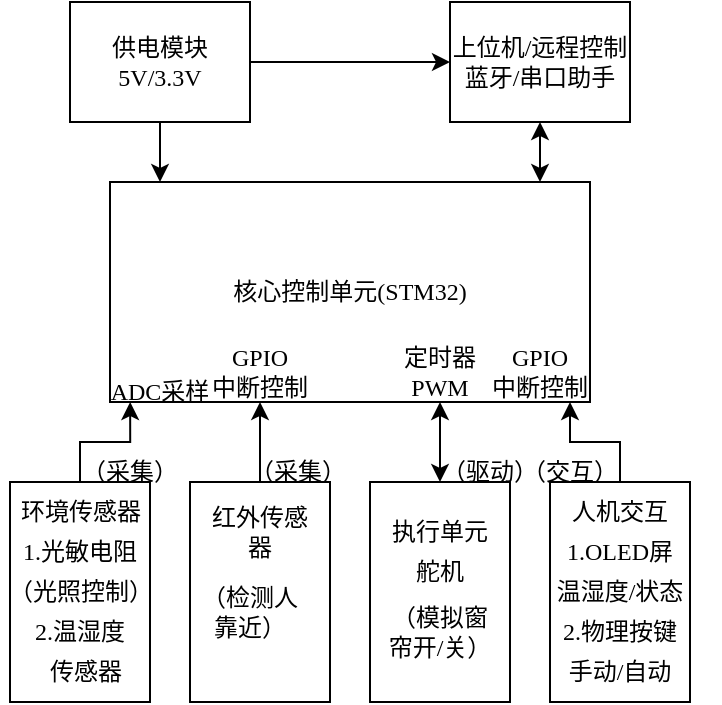
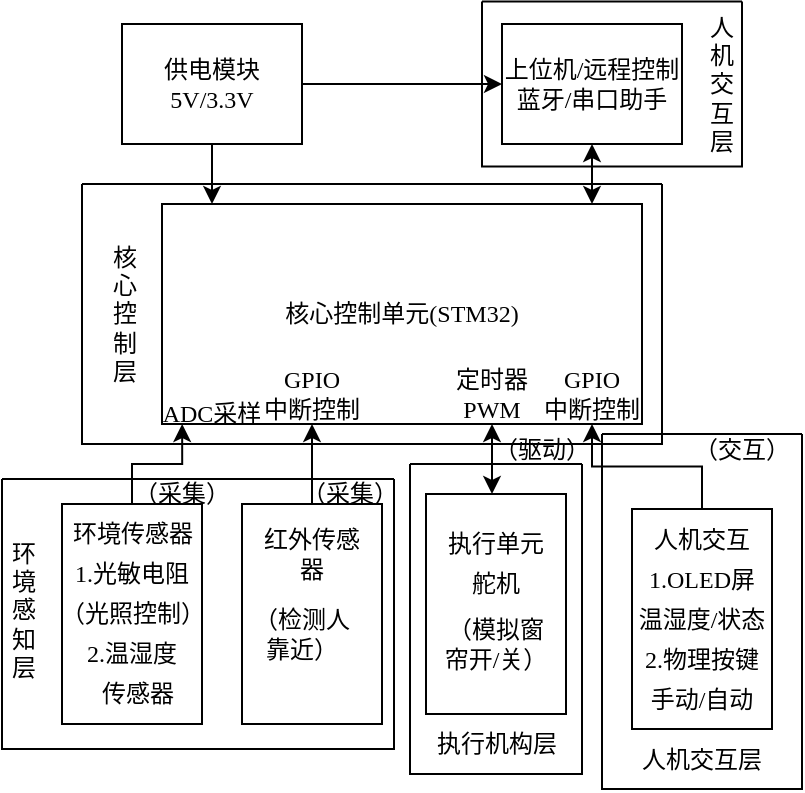
<mxfile host="app.diagrams.net">
  <diagram name="第 1 页" id="punqzOk7Rb6HKLbjtJMB">
-     <mxGraphModel dx="686" dy="375" grid="1" gridSize="10" guides="1" tooltips="1" connect="1" arrows="1" fold="1" page="1" pageScale="1" pageWidth="827" pageHeight="1169" math="0" shadow="0">
+     <mxGraphModel dx="828" dy="453" grid="1" gridSize="10" guides="1" tooltips="1" connect="1" arrows="1" fold="1" page="1" pageScale="1" pageWidth="827" pageHeight="1169" math="0" shadow="0">
      <root>
        <mxCell id="0" />
        <mxCell id="1" parent="0" />
        <mxCell id="ncy9JLE9IN49m0afxCaN-1" parent="1" style="rounded=0;whiteSpace=wrap;html=1;" value="&lt;font face=&quot;宋体&quot;&gt;核心控制单元(STM32)&lt;/font&gt;" vertex="1">
          <mxGeometry height="110" width="240" x="290" y="210" as="geometry" />
        </mxCell>
        <mxCell id="ncy9JLE9IN49m0afxCaN-2" parent="1" style="rounded=0;whiteSpace=wrap;html=1;" value="" vertex="1">
          <mxGeometry height="110" width="70" x="240" y="360" as="geometry" />
        </mxCell>
        <mxCell id="ncy9JLE9IN49m0afxCaN-13" edge="1" parent="1" source="ncy9JLE9IN49m0afxCaN-3" style="edgeStyle=orthogonalEdgeStyle;rounded=0;orthogonalLoop=1;jettySize=auto;html=1;" target="ncy9JLE9IN49m0afxCaN-1" value="">
          <mxGeometry relative="1" as="geometry">
            <Array as="points">
              <mxPoint x="365" y="330" />
              <mxPoint x="365" y="330" />
            </Array>
          </mxGeometry>
        </mxCell>
        <mxCell id="ncy9JLE9IN49m0afxCaN-3" parent="1" style="rounded=0;whiteSpace=wrap;html=1;" value="" vertex="1">
          <mxGeometry height="110" width="70" x="330" y="360" as="geometry" />
        </mxCell>
        <mxCell id="ncy9JLE9IN49m0afxCaN-12" edge="1" parent="1" source="ncy9JLE9IN49m0afxCaN-4" style="edgeStyle=orthogonalEdgeStyle;rounded=0;orthogonalLoop=1;jettySize=auto;html=1;startArrow=classic;startFill=1;" target="ncy9JLE9IN49m0afxCaN-1" value="">
          <mxGeometry relative="1" as="geometry">
            <Array as="points">
              <mxPoint x="455" y="330" />
              <mxPoint x="455" y="330" />
            </Array>
          </mxGeometry>
-         </mxCell>
-         <mxCell id="ncy9JLE9IN49m0afxCaN-4" parent="1" style="rounded=0;whiteSpace=wrap;html=1;" value="" vertex="1">
-           <mxGeometry height="110" width="70" x="420" y="360" as="geometry" />
-         </mxCell>
-         <mxCell id="ncy9JLE9IN49m0afxCaN-11" edge="1" parent="1" source="ncy9JLE9IN49m0afxCaN-5" style="edgeStyle=orthogonalEdgeStyle;rounded=0;orthogonalLoop=1;jettySize=auto;html=1;" target="ncy9JLE9IN49m0afxCaN-1" value="">
-           <mxGeometry relative="1" as="geometry">
-             <Array as="points">
-               <mxPoint x="545" y="340" />
-               <mxPoint x="520" y="340" />
-             </Array>
-           </mxGeometry>
-         </mxCell>
-         <mxCell id="ncy9JLE9IN49m0afxCaN-5" parent="1" style="rounded=0;whiteSpace=wrap;html=1;" value="" vertex="1">
-           <mxGeometry height="110" width="70" x="510" y="360" as="geometry" />
        </mxCell>
        <mxCell id="ncy9JLE9IN49m0afxCaN-6" edge="1" parent="1" source="ncy9JLE9IN49m0afxCaN-2" style="edgeStyle=orthogonalEdgeStyle;rounded=0;orthogonalLoop=1;jettySize=auto;html=1;exitX=0.5;exitY=0;exitDx=0;exitDy=0;entryX=0.042;entryY=1;entryDx=0;entryDy=0;entryPerimeter=0;" target="ncy9JLE9IN49m0afxCaN-1">
          <mxGeometry relative="1" as="geometry" />
        </mxCell>
        <mxCell id="ncy9JLE9IN49m0afxCaN-17" edge="1" parent="1" source="ncy9JLE9IN49m0afxCaN-14" style="edgeStyle=orthogonalEdgeStyle;rounded=0;orthogonalLoop=1;jettySize=auto;html=1;" target="ncy9JLE9IN49m0afxCaN-1" value="">
          <mxGeometry relative="1" as="geometry">
            <Array as="points">
              <mxPoint x="315" y="200" />
              <mxPoint x="315" y="200" />
            </Array>
          </mxGeometry>
        </mxCell>
        <mxCell id="ncy9JLE9IN49m0afxCaN-18" edge="1" parent="1" source="ncy9JLE9IN49m0afxCaN-14" style="edgeStyle=orthogonalEdgeStyle;rounded=0;orthogonalLoop=1;jettySize=auto;html=1;" target="ncy9JLE9IN49m0afxCaN-15" value="">
          <mxGeometry relative="1" as="geometry" />
        </mxCell>
        <mxCell id="ncy9JLE9IN49m0afxCaN-14" parent="1" style="rounded=0;whiteSpace=wrap;html=1;" value="&lt;font face=&quot;宋体&quot;&gt;供电模块5V/3.3V&lt;/font&gt;" vertex="1">
          <mxGeometry height="60" width="90" x="270" y="120" as="geometry" />
        </mxCell>
        <mxCell id="ncy9JLE9IN49m0afxCaN-16" edge="1" parent="1" source="ncy9JLE9IN49m0afxCaN-15" style="edgeStyle=orthogonalEdgeStyle;rounded=0;orthogonalLoop=1;jettySize=auto;html=1;startArrow=classic;startFill=1;" target="ncy9JLE9IN49m0afxCaN-1" value="">
          <mxGeometry relative="1" as="geometry">
            <Array as="points">
              <mxPoint x="505" y="200" />
              <mxPoint x="505" y="200" />
            </Array>
          </mxGeometry>
        </mxCell>
        <mxCell id="ncy9JLE9IN49m0afxCaN-15" parent="1" style="rounded=0;whiteSpace=wrap;html=1;" value="&lt;font face=&quot;宋体&quot;&gt;上位机/远程控制&lt;/font&gt;&lt;div&gt;&lt;font face=&quot;宋体&quot;&gt;蓝牙/串口助手&lt;/font&gt;&lt;/div&gt;" vertex="1">
          <mxGeometry height="60" width="90" x="460" y="120" as="geometry" />
        </mxCell>
        <mxCell id="ncy9JLE9IN49m0afxCaN-19" parent="1" style="text;html=1;whiteSpace=wrap;strokeColor=none;fillColor=none;align=center;verticalAlign=middle;rounded=0;" value="&lt;font face=&quot;宋体&quot;&gt;环境传感器&lt;/font&gt;" vertex="1">
          <mxGeometry height="30" width="65" x="242.5" y="360" as="geometry" />
        </mxCell>
        <mxCell id="ncy9JLE9IN49m0afxCaN-20" parent="1" style="text;html=1;whiteSpace=wrap;strokeColor=none;fillColor=none;align=center;verticalAlign=middle;rounded=0;" value="&lt;font face=&quot;宋体&quot;&gt;（采集）&lt;span style=&quot;color: rgba(0, 0, 0, 0); font-size: 0px; text-align: start; text-wrap-mode: nowrap;&quot;&gt;%3CmxGraphModel%3E%3Croot%3E%3CmxCell%20id%3D%220%22%2F%3E%3CmxCell%20id%3D%221%22%20parent%3D%220%22%2F%3E%3CmxCell%20id%3D%222%22%20parent%3D%221%22%20style%3D%22rounded%3D0%3BwhiteSpace%3Dwrap%3Bhtml%3D1%3B%22%20value%3D%22%22%20vertex%3D%221%22%3E%3CmxGeometry%20height%3D%2260%22%20width%3D%2290%22%20x%3D%22250%22%20y%3D%22120%22%20as%3D%22geometry%22%2F%3E%3C%2FmxCell%3E%3C%2Froot%3E%3C%2FmxGraphModel%3E）&lt;/span&gt;&lt;/font&gt;" vertex="1">
          <mxGeometry height="30" width="60" x="270" y="340" as="geometry" />
        </mxCell>
        <mxCell id="ncy9JLE9IN49m0afxCaN-21" parent="1" style="text;html=1;whiteSpace=wrap;strokeColor=none;fillColor=none;align=center;verticalAlign=middle;rounded=0;" value="&lt;font face=&quot;宋体&quot;&gt;（采集）&lt;span style=&quot;color: rgba(0, 0, 0, 0); font-size: 0px; text-align: start; text-wrap-mode: nowrap;&quot;&gt;%3CmxGraphModel%3E%3Croot%3E%3CmxCell%20id%3D%220%22%2F%3E%3CmxCell%20id%3D%221%22%20parent%3D%220%22%2F%3E%3CmxCell%20id%3D%222%22%20parent%3D%221%22%20style%3D%22rounded%3D0%3BwhiteSpace%3Dwrap%3Bhtml%3D1%3B%22%20value%3D%22%22%20vertex%3D%221%22%3E%3CmxGeometry%20height%3D%2260%22%20width%3D%2290%22%20x%3D%22250%22%20y%3D%22120%22%20as%3D%22geometry%22%2F%3E%3C%2FmxCell%3E%3C%2Froot%3E%3C%2FmxGraphModel%3E&lt;/span&gt;&lt;/font&gt;" vertex="1">
          <mxGeometry height="30" width="60" x="354" y="340" as="geometry" />
        </mxCell>
        <mxCell id="ncy9JLE9IN49m0afxCaN-22" parent="1" style="text;html=1;whiteSpace=wrap;strokeColor=none;fillColor=none;align=center;verticalAlign=middle;rounded=0;" value="&lt;font face=&quot;宋体&quot;&gt;（驱动）&lt;/font&gt;" vertex="1">
-           <mxGeometry height="30" width="60" x="450" y="340" as="geometry" />
+           <mxGeometry height="30" width="60" x="450" y="317.5" as="geometry" />
        </mxCell>
        <mxCell id="ncy9JLE9IN49m0afxCaN-23" parent="1" style="text;html=1;whiteSpace=wrap;strokeColor=none;fillColor=none;align=center;verticalAlign=middle;rounded=0;" value="&lt;font face=&quot;宋体&quot;&gt;（交互）&lt;/font&gt;" vertex="1">
-           <mxGeometry height="30" width="60" x="490" y="340" as="geometry" />
+           <mxGeometry height="30" width="60" x="550" y="317.5" as="geometry" />
        </mxCell>
        <mxCell id="ncy9JLE9IN49m0afxCaN-24" parent="1" style="text;html=1;whiteSpace=wrap;strokeColor=none;fillColor=none;align=center;verticalAlign=middle;rounded=0;" value="&lt;font face=&quot;宋体&quot;&gt;1.光敏电阻&lt;/font&gt;" vertex="1">
          <mxGeometry height="30" width="70" x="240" y="380" as="geometry" />
        </mxCell>
        <mxCell id="ncy9JLE9IN49m0afxCaN-25" parent="1" style="text;html=1;whiteSpace=wrap;strokeColor=none;fillColor=none;align=center;verticalAlign=middle;rounded=0;" value="&lt;font face=&quot;宋体&quot;&gt;（光照控制）&lt;/font&gt;" vertex="1">
          <mxGeometry height="30" width="75" x="237.5" y="400" as="geometry" />
        </mxCell>
        <mxCell id="ncy9JLE9IN49m0afxCaN-26" parent="1" style="text;html=1;whiteSpace=wrap;strokeColor=none;fillColor=none;align=center;verticalAlign=middle;rounded=0;" value="&lt;font face=&quot;宋体&quot;&gt;2.温湿度&lt;/font&gt;" vertex="1">
          <mxGeometry height="30" width="80" x="235" y="420" as="geometry" />
        </mxCell>
        <mxCell id="ncy9JLE9IN49m0afxCaN-27" parent="1" style="text;html=1;whiteSpace=wrap;strokeColor=none;fillColor=none;align=center;verticalAlign=middle;rounded=0;" value="&lt;font face=&quot;宋体&quot;&gt;传感器&lt;/font&gt;" vertex="1">
          <mxGeometry height="30" width="60" x="247.5" y="440" as="geometry" />
        </mxCell>
        <mxCell id="ncy9JLE9IN49m0afxCaN-28" parent="1" style="text;html=1;whiteSpace=wrap;strokeColor=none;fillColor=none;align=center;verticalAlign=middle;rounded=0;" value="&lt;font face=&quot;宋体&quot;&gt;红外传感器&lt;/font&gt;" vertex="1">
          <mxGeometry height="30" width="60" x="335" y="370" as="geometry" />
        </mxCell>
        <mxCell id="ncy9JLE9IN49m0afxCaN-29" parent="1" style="text;html=1;whiteSpace=wrap;strokeColor=none;fillColor=none;align=center;verticalAlign=middle;rounded=0;" value="&lt;div style=&quot;&quot;&gt;&lt;span style=&quot;font-family: 宋体; background-color: transparent; color: light-dark(rgb(0, 0, 0), rgb(255, 255, 255));&quot;&gt;（检测人 靠近）&lt;/span&gt;&lt;/div&gt;" vertex="1">
          <mxGeometry height="30" width="60" x="330" y="410" as="geometry" />
        </mxCell>
-         <mxCell id="ncy9JLE9IN49m0afxCaN-31" parent="1" style="text;html=1;whiteSpace=wrap;strokeColor=none;fillColor=none;align=center;verticalAlign=middle;rounded=0;" value="&lt;font face=&quot;宋体&quot;&gt;执行单元&lt;/font&gt;" vertex="1">
-           <mxGeometry height="30" width="60" x="425" y="370" as="geometry" />
-         </mxCell>
-         <mxCell id="ncy9JLE9IN49m0afxCaN-32" parent="1" style="text;html=1;whiteSpace=wrap;strokeColor=none;fillColor=none;align=center;verticalAlign=middle;rounded=0;" value="&lt;font face=&quot;宋体&quot;&gt;舵机&lt;/font&gt;" vertex="1">
-           <mxGeometry height="30" width="60" x="425" y="390" as="geometry" />
-         </mxCell>
-         <mxCell id="ncy9JLE9IN49m0afxCaN-33" parent="1" style="text;html=1;whiteSpace=wrap;strokeColor=none;fillColor=none;align=center;verticalAlign=middle;rounded=0;" value="&lt;font face=&quot;宋体&quot;&gt;（模拟窗帘开/关）&lt;/font&gt;" vertex="1">
-           <mxGeometry height="30" width="60" x="425" y="420" as="geometry" />
-         </mxCell>
-         <mxCell id="ncy9JLE9IN49m0afxCaN-34" parent="1" style="text;html=1;whiteSpace=wrap;strokeColor=none;fillColor=none;align=center;verticalAlign=middle;rounded=0;" value="&lt;font face=&quot;宋体&quot;&gt;人机交互&lt;/font&gt;" vertex="1">
-           <mxGeometry height="30" width="60" x="515" y="360" as="geometry" />
-         </mxCell>
-         <mxCell id="ncy9JLE9IN49m0afxCaN-35" parent="1" style="text;html=1;whiteSpace=wrap;strokeColor=none;fillColor=none;align=center;verticalAlign=middle;rounded=0;" value="&lt;font face=&quot;宋体&quot;&gt;1.OLED屏&lt;/font&gt;" vertex="1">
-           <mxGeometry height="30" width="60" x="515" y="380" as="geometry" />
-         </mxCell>
-         <mxCell id="ncy9JLE9IN49m0afxCaN-36" parent="1" style="text;html=1;whiteSpace=wrap;strokeColor=none;fillColor=none;align=center;verticalAlign=middle;rounded=0;" value="&lt;font face=&quot;宋体&quot;&gt;温湿度/状态&lt;/font&gt;" vertex="1">
-           <mxGeometry height="30" width="100" x="495" y="400" as="geometry" />
-         </mxCell>
-         <mxCell id="ncy9JLE9IN49m0afxCaN-37" parent="1" style="text;html=1;whiteSpace=wrap;strokeColor=none;fillColor=none;align=center;verticalAlign=middle;rounded=0;" value="&lt;font face=&quot;宋体&quot;&gt;2.物理按键&lt;/font&gt;" vertex="1">
-           <mxGeometry height="30" width="70" x="510" y="420" as="geometry" />
-         </mxCell>
-         <mxCell id="ncy9JLE9IN49m0afxCaN-38" parent="1" style="text;html=1;whiteSpace=wrap;strokeColor=none;fillColor=none;align=center;verticalAlign=middle;rounded=0;" value="&lt;font face=&quot;宋体&quot;&gt;手动/自动&lt;/font&gt;" vertex="1">
-           <mxGeometry height="30" width="60" x="515" y="440" as="geometry" />
-         </mxCell>
        <mxCell id="xQ-BjZ7W26dJklhGHsyG-1" parent="1" style="text;html=1;whiteSpace=wrap;strokeColor=none;fillColor=none;align=center;verticalAlign=middle;rounded=0;" value="&lt;font face=&quot;宋体&quot;&gt;GPIO&lt;/font&gt;&lt;div&gt;&lt;font face=&quot;宋体&quot;&gt;中断控制&lt;/font&gt;&lt;/div&gt;" vertex="1">
          <mxGeometry height="30" width="60" x="335" y="290" as="geometry" />
        </mxCell>
        <mxCell id="xQ-BjZ7W26dJklhGHsyG-2" parent="1" style="text;html=1;whiteSpace=wrap;strokeColor=none;fillColor=none;align=center;verticalAlign=middle;rounded=0;" value="&lt;font face=&quot;宋体&quot;&gt;ADC采样&lt;/font&gt;" vertex="1">
          <mxGeometry height="30" width="60" x="285" y="300" as="geometry" />
        </mxCell>
        <mxCell id="xQ-BjZ7W26dJklhGHsyG-3" parent="1" style="text;html=1;whiteSpace=wrap;strokeColor=none;fillColor=none;align=center;verticalAlign=middle;rounded=0;" value="&lt;font face=&quot;宋体&quot;&gt;定时器PWM&lt;/font&gt;" vertex="1">
          <mxGeometry height="30" width="50" x="430" y="290" as="geometry" />
        </mxCell>
        <mxCell id="xQ-BjZ7W26dJklhGHsyG-4" parent="1" style="text;html=1;whiteSpace=wrap;strokeColor=none;fillColor=none;align=center;verticalAlign=middle;rounded=0;" value="&lt;font face=&quot;宋体&quot;&gt;GPIO&lt;/font&gt;&lt;div&gt;&lt;font face=&quot;宋体&quot;&gt;中断控制&lt;/font&gt;&lt;/div&gt;" vertex="1">
          <mxGeometry height="30" width="60" x="475" y="290" as="geometry" />
        </mxCell>
+         <mxCell id="5yKsvZOYlRlpanEW5suN-11" parent="1" style="swimlane;startSize=0;" value="" vertex="1">
+           <mxGeometry height="135" width="196" x="210" y="347.5" as="geometry">
+             <mxRectangle height="40" width="50" x="210" y="347.5" as="alternateBounds" />
+           </mxGeometry>
+         </mxCell>
+         <mxCell id="5yKsvZOYlRlpanEW5suN-12" parent="5yKsvZOYlRlpanEW5suN-11" style="text;html=1;whiteSpace=wrap;strokeColor=none;fillColor=none;align=center;verticalAlign=middle;rounded=0;" value="&lt;font face=&quot;宋体&quot;&gt;环境感知层&lt;/font&gt;" vertex="1">
+           <mxGeometry height="30" width="10" x="6" y="50" as="geometry" />
+         </mxCell>
+         <mxCell id="5yKsvZOYlRlpanEW5suN-13" parent="1" style="swimlane;startSize=0;" value="" vertex="1">
+           <mxGeometry height="155" width="86" x="414" y="340" as="geometry" />
+         </mxCell>
+         <mxCell id="ncy9JLE9IN49m0afxCaN-4" parent="5yKsvZOYlRlpanEW5suN-13" style="rounded=0;whiteSpace=wrap;html=1;" value="" vertex="1">
+           <mxGeometry height="110" width="70" x="8" y="15" as="geometry" />
+         </mxCell>
+         <mxCell id="ncy9JLE9IN49m0afxCaN-33" parent="5yKsvZOYlRlpanEW5suN-13" style="text;html=1;whiteSpace=wrap;strokeColor=none;fillColor=none;align=center;verticalAlign=middle;rounded=0;" value="&lt;font face=&quot;宋体&quot;&gt;（模拟窗帘开/关）&lt;/font&gt;" vertex="1">
+           <mxGeometry height="30" width="60" x="13" y="75" as="geometry" />
+         </mxCell>
+         <mxCell id="ncy9JLE9IN49m0afxCaN-32" parent="5yKsvZOYlRlpanEW5suN-13" style="text;html=1;whiteSpace=wrap;strokeColor=none;fillColor=none;align=center;verticalAlign=middle;rounded=0;" value="&lt;font face=&quot;宋体&quot;&gt;舵机&lt;/font&gt;" vertex="1">
+           <mxGeometry height="30" width="60" x="13" y="45" as="geometry" />
+         </mxCell>
+         <mxCell id="ncy9JLE9IN49m0afxCaN-31" parent="5yKsvZOYlRlpanEW5suN-13" style="text;html=1;whiteSpace=wrap;strokeColor=none;fillColor=none;align=center;verticalAlign=middle;rounded=0;" value="&lt;font face=&quot;宋体&quot;&gt;执行单元&lt;/font&gt;" vertex="1">
+           <mxGeometry height="30" width="60" x="13" y="25" as="geometry" />
+         </mxCell>
+         <mxCell id="5yKsvZOYlRlpanEW5suN-15" parent="5yKsvZOYlRlpanEW5suN-13" style="text;html=1;whiteSpace=wrap;strokeColor=none;fillColor=none;align=center;verticalAlign=middle;rounded=0;" value="&lt;font face=&quot;宋体&quot;&gt;执行机构层&lt;/font&gt;" vertex="1">
+           <mxGeometry height="30" width="67" x="9.5" y="125" as="geometry" />
+         </mxCell>
+         <mxCell id="5yKsvZOYlRlpanEW5suN-17" parent="1" style="rounded=0;whiteSpace=wrap;html=1;" value="" vertex="1">
+           <mxGeometry height="110" width="70" x="525" y="362.5" as="geometry" />
+         </mxCell>
+         <mxCell id="5yKsvZOYlRlpanEW5suN-23" edge="1" parent="1" source="5yKsvZOYlRlpanEW5suN-18" style="edgeStyle=orthogonalEdgeStyle;rounded=0;orthogonalLoop=1;jettySize=auto;html=1;" target="xQ-BjZ7W26dJklhGHsyG-4" value="">
+           <mxGeometry relative="1" as="geometry" />
+         </mxCell>
+         <mxCell id="5yKsvZOYlRlpanEW5suN-18" parent="1" style="text;html=1;whiteSpace=wrap;strokeColor=none;fillColor=none;align=center;verticalAlign=middle;rounded=0;" value="&lt;font face=&quot;宋体&quot;&gt;人机交互&lt;/font&gt;" vertex="1">
+           <mxGeometry height="30" width="60" x="530" y="362.5" as="geometry" />
+         </mxCell>
+         <mxCell id="5yKsvZOYlRlpanEW5suN-19" parent="1" style="text;html=1;whiteSpace=wrap;strokeColor=none;fillColor=none;align=center;verticalAlign=middle;rounded=0;" value="&lt;font face=&quot;宋体&quot;&gt;1.OLED屏&lt;/font&gt;" vertex="1">
+           <mxGeometry height="30" width="60" x="530" y="382.5" as="geometry" />
+         </mxCell>
+         <mxCell id="5yKsvZOYlRlpanEW5suN-20" parent="1" style="text;html=1;whiteSpace=wrap;strokeColor=none;fillColor=none;align=center;verticalAlign=middle;rounded=0;" value="&lt;font face=&quot;宋体&quot;&gt;2.物理按键&lt;/font&gt;" vertex="1">
+           <mxGeometry height="30" width="70" x="525" y="422.5" as="geometry" />
+         </mxCell>
+         <mxCell id="5yKsvZOYlRlpanEW5suN-21" parent="1" style="text;html=1;whiteSpace=wrap;strokeColor=none;fillColor=none;align=center;verticalAlign=middle;rounded=0;" value="&lt;font face=&quot;宋体&quot;&gt;手动/自动&lt;/font&gt;" vertex="1">
+           <mxGeometry height="30" width="60" x="530" y="442.5" as="geometry" />
+         </mxCell>
+         <mxCell id="ncy9JLE9IN49m0afxCaN-36" parent="1" style="text;html=1;whiteSpace=wrap;strokeColor=none;fillColor=none;align=center;verticalAlign=middle;rounded=0;" value="&lt;font face=&quot;宋体&quot;&gt;温湿度/状态&lt;/font&gt;" vertex="1">
+           <mxGeometry height="30" width="100" x="510" y="402.5" as="geometry" />
+         </mxCell>
+         <mxCell id="5yKsvZOYlRlpanEW5suN-25" parent="1" style="swimlane;startSize=0;" value="" vertex="1">
+           <mxGeometry height="177.5" width="100" x="510" y="325" as="geometry" />
+         </mxCell>
+         <mxCell id="5yKsvZOYlRlpanEW5suN-26" parent="5yKsvZOYlRlpanEW5suN-25" style="text;html=1;whiteSpace=wrap;strokeColor=none;fillColor=none;align=center;verticalAlign=middle;rounded=0;" value="&lt;font face=&quot;宋体&quot;&gt;人机交互层&lt;/font&gt;" vertex="1">
+           <mxGeometry height="30" width="80" x="10" y="147.5" as="geometry" />
+         </mxCell>
+         <mxCell id="5yKsvZOYlRlpanEW5suN-27" parent="1" style="swimlane;startSize=0;" value="" vertex="1">
+           <mxGeometry height="82.5" width="130" x="450" y="108.75" as="geometry" />
+         </mxCell>
+         <mxCell id="5yKsvZOYlRlpanEW5suN-28" parent="5yKsvZOYlRlpanEW5suN-27" style="text;html=1;whiteSpace=wrap;strokeColor=none;fillColor=none;align=center;verticalAlign=middle;rounded=0;" value="&lt;font face=&quot;宋体&quot;&gt;人机交互层&lt;/font&gt;" vertex="1">
+           <mxGeometry height="30" width="20" x="110" y="26.25" as="geometry" />
+         </mxCell>
+         <mxCell id="5yKsvZOYlRlpanEW5suN-29" parent="1" style="swimlane;startSize=0;" value="" vertex="1">
+           <mxGeometry height="130" width="290" x="250" y="200" as="geometry" />
+         </mxCell>
+         <mxCell id="5yKsvZOYlRlpanEW5suN-31" parent="5yKsvZOYlRlpanEW5suN-29" style="text;html=1;whiteSpace=wrap;strokeColor=none;fillColor=none;align=center;verticalAlign=middle;rounded=0;" value="&lt;span style=&quot;font-family: 宋体;&quot;&gt;&lt;font&gt;核心控制层&lt;/font&gt;&lt;/span&gt;" vertex="1">
+           <mxGeometry height="30" width="22.5" x="10" y="50" as="geometry" />
+         </mxCell>
      </root>
    </mxGraphModel>
  </diagram>
</mxfile>
